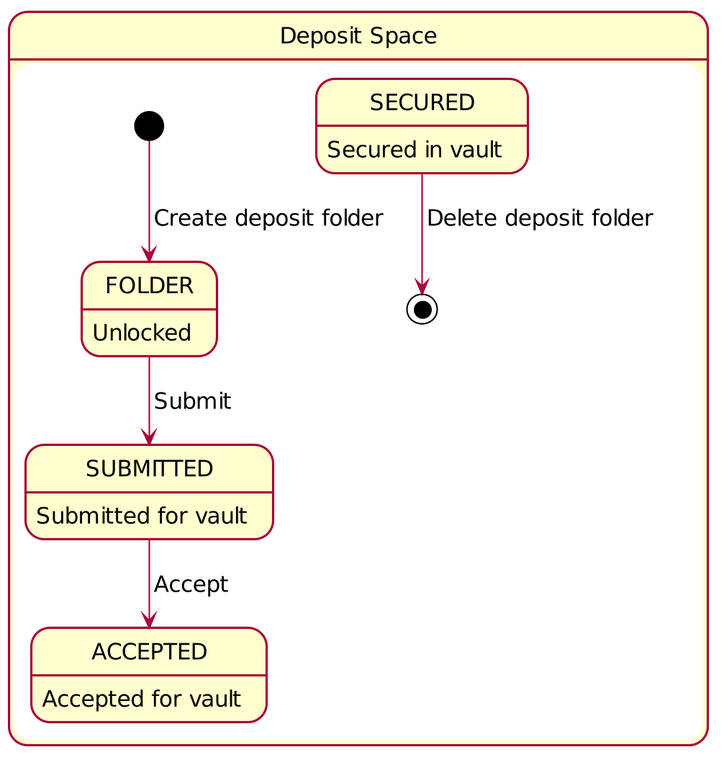
Earlier version of the PlantUML export docs/design/img/deposit-space-state-diagram.png (UtrechtUniversity/yoda). Source of this version:
```plantuml
@startuml

skinparam defaultFontName CMU Serif
skinparam defaultFontSize 15
skinparam padding 2
skinparam shadowing false
skinparam dpi 200

state DepositSpace as "Deposit Space" {
  FOLDER : Unlocked
  SUBMITTED : Submitted for vault
  ACCEPTED : Accepted for vault
  SECURED : Secured in vault

  [*] --> FOLDER : Create deposit folder
  FOLDER --> SUBMITTED : Submit
  SUBMITTED --> ACCEPTED : Accept
  SECURED --> [*] : Delete deposit folder
}

@enduml
```
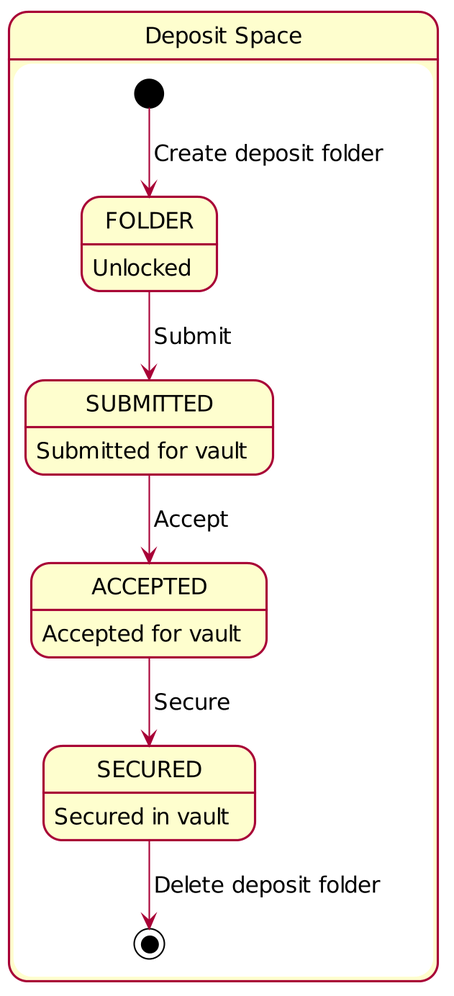
Above is the later version.

Commit message:
Small fix to deposit state diagram.

What changed in the source:
```diff
@@ -15,6 +15,7 @@
   [*] --> FOLDER : Create deposit folder
   FOLDER --> SUBMITTED : Submit
   SUBMITTED --> ACCEPTED : Accept
+  ACCEPTED --> SECURED : Secure
   SECURED --> [*] : Delete deposit folder
 }
 
```
